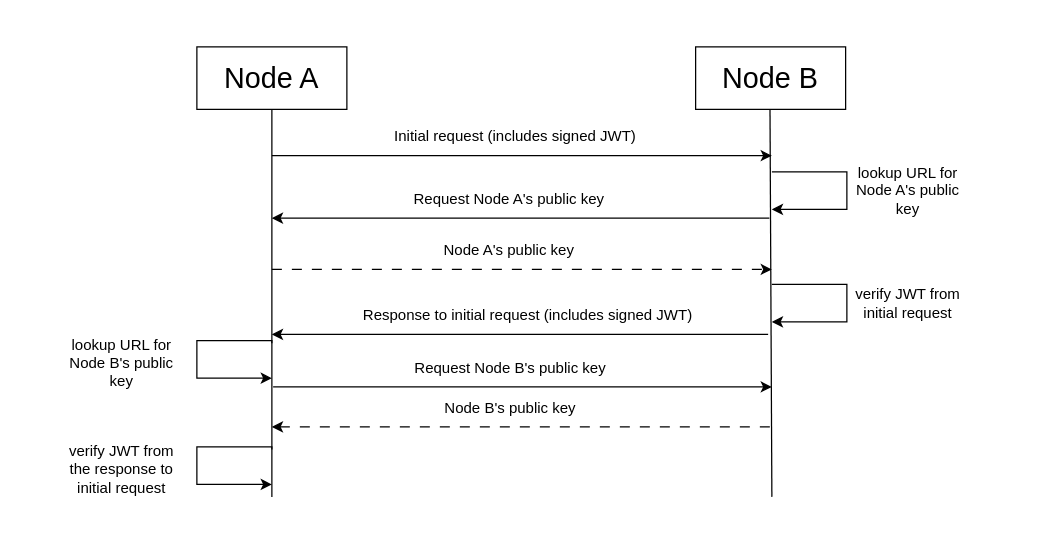
Earlier version of the draw.io diagram docs/_static/client-request-flow.drawio (Ouranosinc/Magpie). Source tidied: cells renumbered, new cells numbered last; positions are measured from the earlier drawing's top-left corner, leaving out a move shared by most shapes. Both pictures are drawn from the tidied source at 125%, with x=0, y=0 at pixel (59, 46).
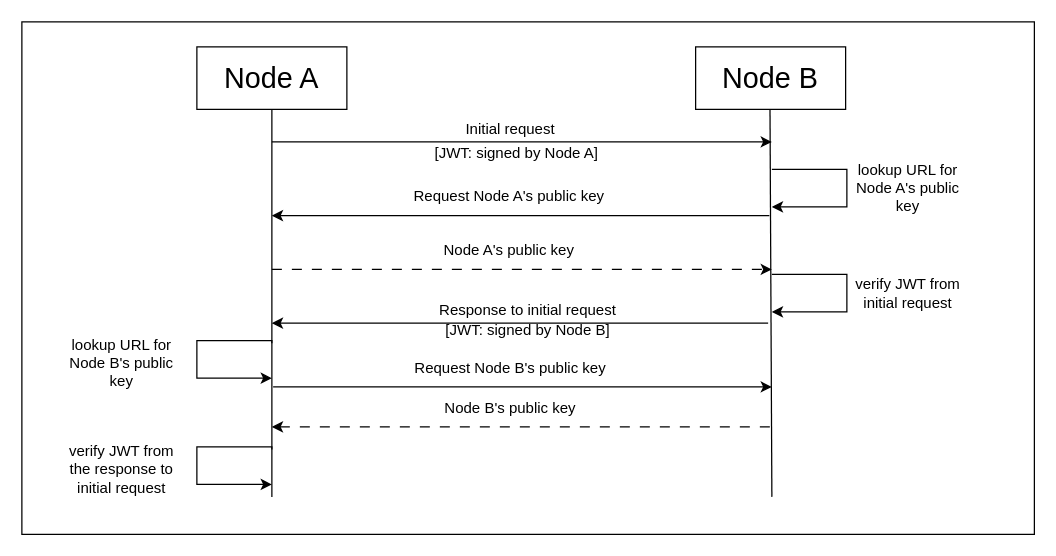
Above is the later version.

What changed in the source:
```diff
@@
+    <mxCell id="26" style="rounded=0;whiteSpace=wrap;html=1;" parent="1" vertex="1">
+      <mxGeometry x="-30" y="-20" width="810" height="410" as="geometry" />
+    </mxCell>
     <mxCell id="2" style="edgeStyle=orthogonalEdgeStyle;rounded=0;orthogonalLoop=1;jettySize=auto;html=1;exitX=1;exitY=0.25;exitDx=0;exitDy=0;" parent="1" edge="1">
       <mxGeometry relative="1" as="geometry">
-        <mxPoint x="170" y="87" as="sourcePoint" />
-        <mxPoint x="570" y="87" as="targetPoint" />
+        <mxPoint x="170" y="76" as="sourcePoint" />
+        <mxPoint x="570" y="76" as="targetPoint" />
       </mxGeometry>
     </mxCell>
@@
     <mxCell id="5" style="rounded=0;orthogonalLoop=1;jettySize=auto;html=1;exitX=0;exitY=0.5;exitDx=0;exitDy=0;" parent="1" edge="1">
       <mxGeometry relative="1" as="geometry">
-        <mxPoint x="568" y="137" as="sourcePoint" />
-        <mxPoint x="170" y="137" as="targetPoint" />
+        <mxPoint x="568" y="135" as="sourcePoint" />
+        <mxPoint x="170" y="135" as="targetPoint" />
       </mxGeometry>
     </mxCell>
     <mxCell id="6" style="edgeStyle=orthogonalEdgeStyle;rounded=0;orthogonalLoop=1;jettySize=auto;html=1;exitX=0;exitY=0.75;exitDx=0;exitDy=0;" parent="1" edge="1">
       <mxGeometry relative="1" as="geometry">
-        <mxPoint x="567" y="230" as="sourcePoint" />
-        <mxPoint x="170" y="230" as="targetPoint" />
+        <mxPoint x="567" y="221" as="sourcePoint" />
+        <mxPoint x="170" y="221" as="targetPoint" />
       </mxGeometry>
     </mxCell>
@@
-    <mxCell id="8" value="Initial request (includes signed JWT)" style="text;html=1;whiteSpace=wrap;strokeColor=none;fillColor=none;align=center;verticalAlign=middle;rounded=0;" parent="1" vertex="1">
-      <mxGeometry x="240" y="57" width="250" height="30" as="geometry" />
+    <mxCell id="8" value="Initial request" style="text;html=1;whiteSpace=wrap;strokeColor=none;fillColor=none;align=center;verticalAlign=middle;rounded=0;" parent="1" vertex="1">
+      <mxGeometry x="236" y="51" width="250" height="30" as="geometry" />
     </mxCell>
     <mxCell id="9" value="Request Node A's public key" style="text;html=1;whiteSpace=wrap;strokeColor=none;fillColor=none;align=center;verticalAlign=middle;rounded=0;" parent="1" vertex="1">
-      <mxGeometry x="270" y="107" width="180" height="30" as="geometry" />
+      <mxGeometry x="270" y="105" width="180" height="30" as="geometry" />
     </mxCell>
@@
-    <mxCell id="11" value="&lt;div&gt;Response to initial request (includes signed JWT)&lt;/div&gt;" style="text;html=1;whiteSpace=wrap;strokeColor=none;fillColor=none;align=center;verticalAlign=middle;rounded=0;" parent="1" vertex="1">
-      <mxGeometry x="240" y="200" width="270" height="30" as="geometry" />
+    <mxCell id="11" value="&lt;div&gt;Response to initial request&lt;/div&gt;" style="text;html=1;whiteSpace=wrap;strokeColor=none;fillColor=none;align=center;verticalAlign=middle;rounded=0;" parent="1" vertex="1">
+      <mxGeometry x="240" y="196" width="270" height="30" as="geometry" />
     </mxCell>
@@
     <mxCell id="18" style="edgeStyle=orthogonalEdgeStyle;rounded=0;orthogonalLoop=1;jettySize=auto;html=1;" parent="1" edge="1">
       <mxGeometry relative="1" as="geometry">
-        <mxPoint x="570" y="100" as="sourcePoint" />
-        <mxPoint x="570" y="130" as="targetPoint" />
+        <mxPoint x="570" y="98" as="sourcePoint" />
+        <mxPoint x="570" y="128" as="targetPoint" />
         <Array as="points">
-          <mxPoint x="630" y="100" />
-          <mxPoint x="630" y="130" />
+          <mxPoint x="630" y="98" />
+          <mxPoint x="630" y="128" />
         </Array>
       </mxGeometry>
     </mxCell>
     <mxCell id="19" value="lookup URL for Node A's public key" style="text;html=1;whiteSpace=wrap;strokeColor=none;fillColor=none;align=center;verticalAlign=middle;rounded=0;" parent="1" vertex="1">
-      <mxGeometry x="629" y="100" width="100" height="30" as="geometry" />
+      <mxGeometry x="629" y="98" width="100" height="30" as="geometry" />
     </mxCell>
     <mxCell id="20" style="edgeStyle=orthogonalEdgeStyle;rounded=0;orthogonalLoop=1;jettySize=auto;html=1;" parent="1" edge="1">
       <mxGeometry relative="1" as="geometry">
-        <mxPoint x="570" y="190" as="sourcePoint" />
-        <mxPoint x="570" y="220" as="targetPoint" />
+        <mxPoint x="570" y="182" as="sourcePoint" />
+        <mxPoint x="570" y="212" as="targetPoint" />
         <Array as="points">
-          <mxPoint x="630" y="190" />
-          <mxPoint x="630" y="220" />
+          <mxPoint x="630" y="182" />
+          <mxPoint x="630" y="212" />
         </Array>
       </mxGeometry>
     </mxCell>
     <mxCell id="21" value="verify JWT from initial request" style="text;html=1;whiteSpace=wrap;strokeColor=none;fillColor=none;align=center;verticalAlign=middle;rounded=0;" parent="1" vertex="1">
-      <mxGeometry x="629" y="190" width="100" height="30" as="geometry" />
+      <mxGeometry x="629" y="182" width="100" height="30" as="geometry" />
     </mxCell>
@@
+    <mxCell id="27" value="[JWT: signed by Node A]" style="text;html=1;whiteSpace=wrap;strokeColor=none;fillColor=none;align=center;verticalAlign=middle;rounded=0;" parent="1" vertex="1">
+      <mxGeometry x="281" y="70" width="170" height="30" as="geometry" />
+    </mxCell>
+    <mxCell id="28" value="[JWT: signed by Node B]" style="text;html=1;whiteSpace=wrap;strokeColor=none;fillColor=none;align=center;verticalAlign=middle;rounded=0;" parent="1" vertex="1">
+      <mxGeometry x="290" y="212" width="170" height="30" as="geometry" />
+    </mxCell>
```
